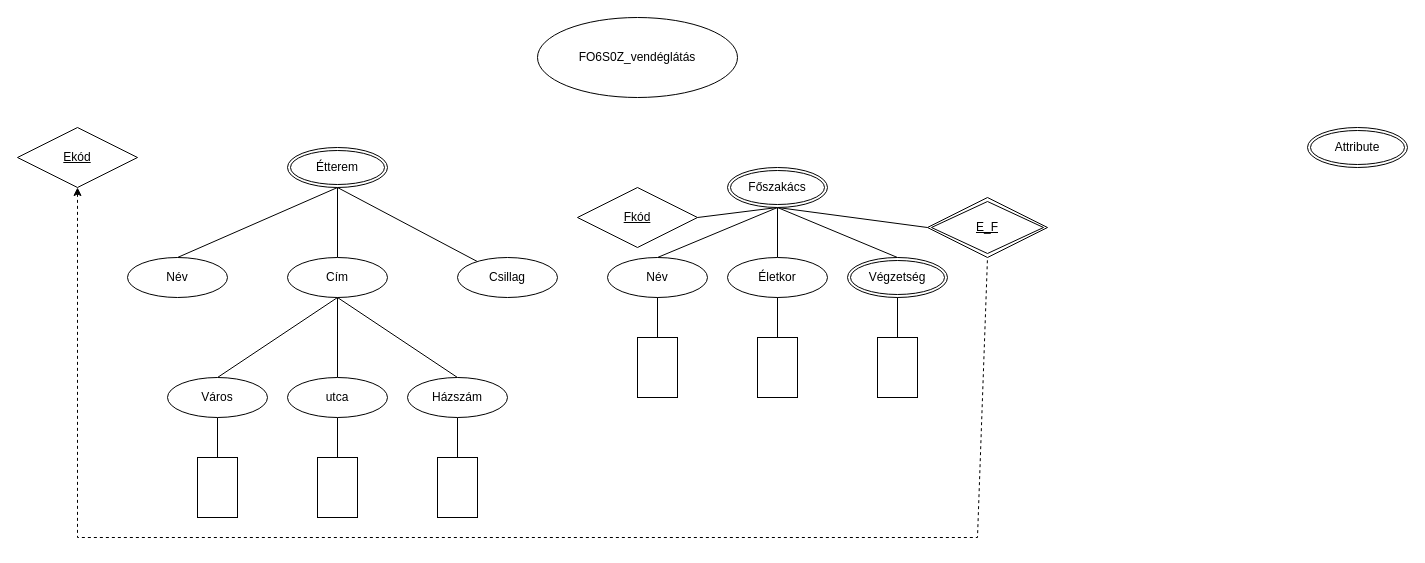
JapaneseGoblin/FO6S0ZWebTech1Gyak keeps this draw.io diagram as FO6S0z_1008/XDMFO6S0Z.drawio. Above is the earlier version. Source tidied: cells renumbered, new cells numbered last; positions are measured from the earlier drawing's top-left corner, leaving out a move shared by most shapes. Both pictures are drawn from the tidied source at 100%, with x=0, y=0 at pixel (17, 17).
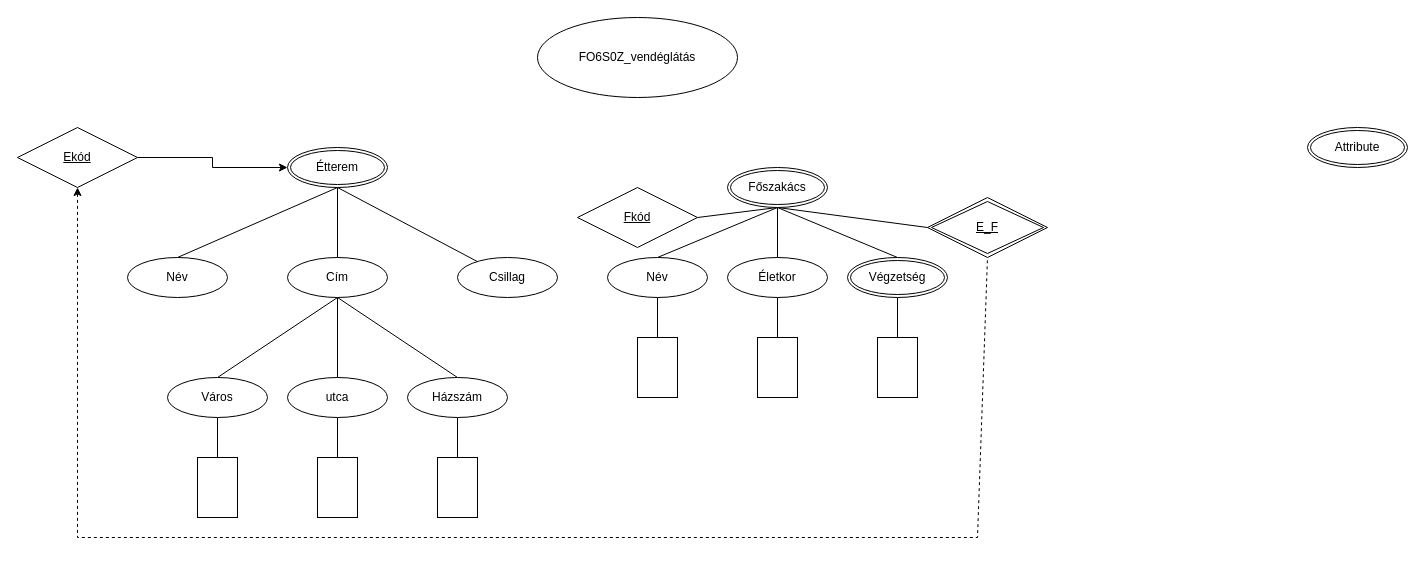
The same page after the edit.

Unchanged cells that the change refers to:
```xml
<mxCell id="3" value="Ekód" style="shape=rhombus;perimeter=rhombusPerimeter;whiteSpace=wrap;html=1;align=center;fontStyle=4;" parent="1" vertex="1">
  <mxGeometry y="110" width="120" height="60" as="geometry" />
</mxCell>
<mxCell id="7" value="Étterem" style="ellipse;shape=doubleEllipse;margin=3;whiteSpace=wrap;html=1;align=center;" parent="1" vertex="1">
  <mxGeometry x="270" y="130" width="100" height="40" as="geometry" />
</mxCell>
```

Change to the diagram source:
```diff
@@
+    <mxCell id="42" style="edgeStyle=orthogonalEdgeStyle;rounded=0;jettySize=auto;html=1;exitX=1;exitY=0.5;exitDx=0;exitDy=0;entryX=0;entryY=0.5;entryDx=0;entryDy=0;" parent="1" edge="1" source="3" target="7">
+      <mxGeometry relative="1" as="geometry" />
+    </mxCell>
```
